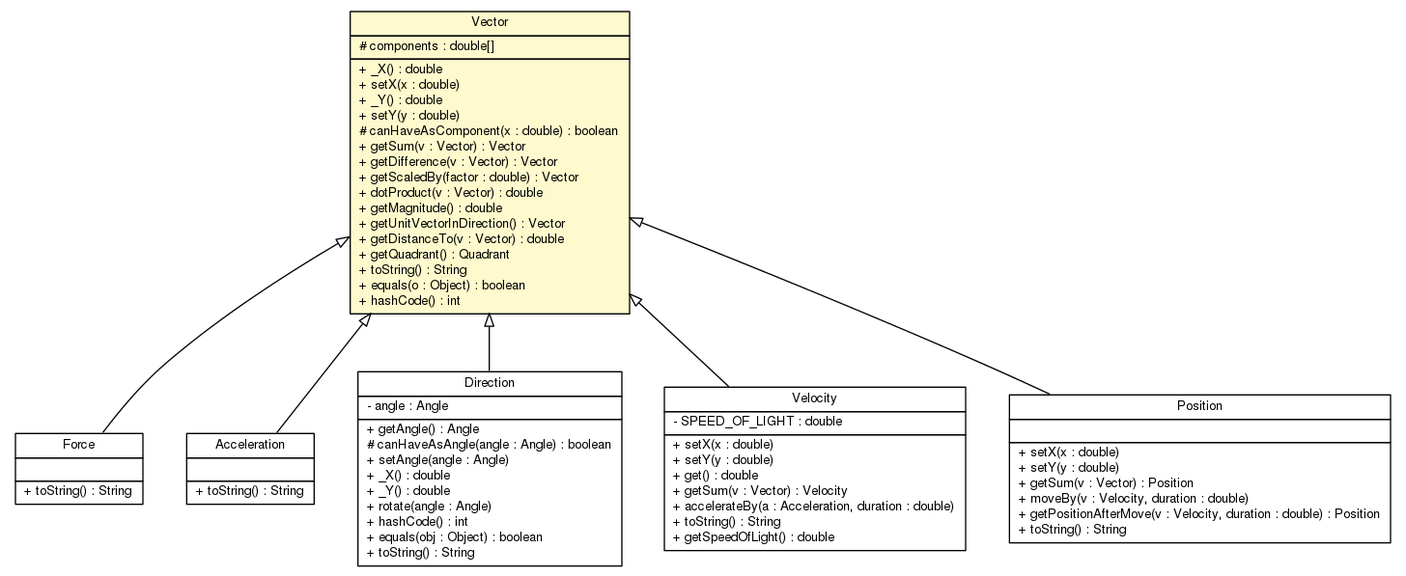
Above: doc/world/physics/vector/Vector.png in sinopeus/asteroids (Graphviz), before the change. Its source is kept beside it as doc/world/physics/vector/Vector.dot. Source of this version:
```dot

digraph G {
	edge [fontname="Helvetica",fontsize=10,labelfontname="Helvetica",labelfontsize=10];
	node [fontname="Helvetica",fontsize=10,shape=plaintext];
	nodesep=0.25;
	ranksep=0.5;
	c17534 [label=<<table title="world.physics.vector.Force" border="0" cellborder="1" cellspacing="0" cellpadding="2" port="p" href="./Force.html">
		<tr><td><table border="0" cellspacing="0" cellpadding="1">
<tr><td align="center" balign="center"> Force </td></tr>
		</table></td></tr>
		<tr><td><table border="0" cellspacing="0" cellpadding="1">
<tr><td align="left" balign="left">  </td></tr>
		</table></td></tr>
		<tr><td><table border="0" cellspacing="0" cellpadding="1">
<tr><td align="left" balign="left"> + toString() : String </td></tr>
		</table></td></tr>
		</table>>, URL="./Force.html", fontname="Helvetica", fontcolor="black", fontsize=10.0];
	c17535 [label=<<table title="world.physics.vector.Acceleration" border="0" cellborder="1" cellspacing="0" cellpadding="2" port="p" href="./Acceleration.html">
		<tr><td><table border="0" cellspacing="0" cellpadding="1">
<tr><td align="center" balign="center"> Acceleration </td></tr>
		</table></td></tr>
		<tr><td><table border="0" cellspacing="0" cellpadding="1">
<tr><td align="left" balign="left">  </td></tr>
		</table></td></tr>
		<tr><td><table border="0" cellspacing="0" cellpadding="1">
<tr><td align="left" balign="left"> + toString() : String </td></tr>
		</table></td></tr>
		</table>>, URL="./Acceleration.html", fontname="Helvetica", fontcolor="black", fontsize=10.0];
	c17536 [label=<<table title="world.physics.vector.Direction" border="0" cellborder="1" cellspacing="0" cellpadding="2" port="p" href="./Direction.html">
		<tr><td><table border="0" cellspacing="0" cellpadding="1">
<tr><td align="center" balign="center"> Direction </td></tr>
		</table></td></tr>
		<tr><td><table border="0" cellspacing="0" cellpadding="1">
<tr><td align="left" balign="left"> - angle : Angle </td></tr>
		</table></td></tr>
		<tr><td><table border="0" cellspacing="0" cellpadding="1">
<tr><td align="left" balign="left"> + getAngle() : Angle </td></tr>
<tr><td align="left" balign="left"> # canHaveAsAngle(angle : Angle) : boolean </td></tr>
<tr><td align="left" balign="left"> + setAngle(angle : Angle) </td></tr>
<tr><td align="left" balign="left"> + _X() : double </td></tr>
<tr><td align="left" balign="left"> + _Y() : double </td></tr>
<tr><td align="left" balign="left"> + rotate(angle : Angle) </td></tr>
<tr><td align="left" balign="left"> + hashCode() : int </td></tr>
<tr><td align="left" balign="left"> + equals(obj : Object) : boolean </td></tr>
<tr><td align="left" balign="left"> + toString() : String </td></tr>
		</table></td></tr>
		</table>>, URL="./Direction.html", fontname="Helvetica", fontcolor="black", fontsize=10.0];
	c17537 [label=<<table title="world.physics.vector.Velocity" border="0" cellborder="1" cellspacing="0" cellpadding="2" port="p" href="./Velocity.html">
		<tr><td><table border="0" cellspacing="0" cellpadding="1">
<tr><td align="center" balign="center"> Velocity </td></tr>
		</table></td></tr>
		<tr><td><table border="0" cellspacing="0" cellpadding="1">
<tr><td align="left" balign="left"> - SPEED_OF_LIGHT : double </td></tr>
		</table></td></tr>
		<tr><td><table border="0" cellspacing="0" cellpadding="1">
<tr><td align="left" balign="left"> + setX(x : double) </td></tr>
<tr><td align="left" balign="left"> + setY(y : double) </td></tr>
<tr><td align="left" balign="left"> + get() : double </td></tr>
<tr><td align="left" balign="left"> + getSum(v : Vector) : Velocity </td></tr>
<tr><td align="left" balign="left"> + accelerateBy(a : Acceleration, duration : double) </td></tr>
<tr><td align="left" balign="left"> + toString() : String </td></tr>
<tr><td align="left" balign="left"> + getSpeedOfLight() : double </td></tr>
		</table></td></tr>
		</table>>, URL="./Velocity.html", fontname="Helvetica", fontcolor="black", fontsize=10.0];
	c17538 [label=<<table title="world.physics.vector.Position" border="0" cellborder="1" cellspacing="0" cellpadding="2" port="p" href="./Position.html">
		<tr><td><table border="0" cellspacing="0" cellpadding="1">
<tr><td align="center" balign="center"> Position </td></tr>
		</table></td></tr>
		<tr><td><table border="0" cellspacing="0" cellpadding="1">
<tr><td align="left" balign="left">  </td></tr>
		</table></td></tr>
		<tr><td><table border="0" cellspacing="0" cellpadding="1">
<tr><td align="left" balign="left"> + setX(x : double) </td></tr>
<tr><td align="left" balign="left"> + setY(y : double) </td></tr>
<tr><td align="left" balign="left"> + getSum(v : Vector) : Position </td></tr>
<tr><td align="left" balign="left"> + moveBy(v : Velocity, duration : double) </td></tr>
<tr><td align="left" balign="left"> + getPositionAfterMove(v : Velocity, duration : double) : Position </td></tr>
<tr><td align="left" balign="left"> + toString() : String </td></tr>
		</table></td></tr>
		</table>>, URL="./Position.html", fontname="Helvetica", fontcolor="black", fontsize=10.0];
	c17540 [label=<<table title="world.physics.vector.Vector" border="0" cellborder="1" cellspacing="0" cellpadding="2" port="p" bgcolor="lemonChiffon" href="./Vector.html">
		<tr><td><table border="0" cellspacing="0" cellpadding="1">
<tr><td align="center" balign="center"> Vector </td></tr>
		</table></td></tr>
		<tr><td><table border="0" cellspacing="0" cellpadding="1">
<tr><td align="left" balign="left"> # components : double[] </td></tr>
		</table></td></tr>
		<tr><td><table border="0" cellspacing="0" cellpadding="1">
<tr><td align="left" balign="left"> + _X() : double </td></tr>
<tr><td align="left" balign="left"> + setX(x : double) </td></tr>
<tr><td align="left" balign="left"> + _Y() : double </td></tr>
<tr><td align="left" balign="left"> + setY(y : double) </td></tr>
<tr><td align="left" balign="left"> # canHaveAsComponent(x : double) : boolean </td></tr>
<tr><td align="left" balign="left"> + getSum(v : Vector) : Vector </td></tr>
<tr><td align="left" balign="left"> + getDifference(v : Vector) : Vector </td></tr>
<tr><td align="left" balign="left"> + getScaledBy(factor : double) : Vector </td></tr>
<tr><td align="left" balign="left"> + dotProduct(v : Vector) : double </td></tr>
<tr><td align="left" balign="left"> + getMagnitude() : double </td></tr>
<tr><td align="left" balign="left"> + getUnitVectorInDirection() : Vector </td></tr>
<tr><td align="left" balign="left"> + getDistanceTo(v : Vector) : double </td></tr>
<tr><td align="left" balign="left"> + getQuadrant() : Quadrant </td></tr>
<tr><td align="left" balign="left"> + toString() : String </td></tr>
<tr><td align="left" balign="left"> + equals(o : Object) : boolean </td></tr>
<tr><td align="left" balign="left"> + hashCode() : int </td></tr>
		</table></td></tr>
		</table>>, URL="./Vector.html", fontname="Helvetica", fontcolor="black", fontsize=10.0];
	c17540:p -> c17534:p [dir=back,arrowtail=empty];
	c17540:p -> c17535:p [dir=back,arrowtail=empty];
	c17540:p -> c17536:p [dir=back,arrowtail=empty];
	c17540:p -> c17537:p [dir=back,arrowtail=empty];
	c17540:p -> c17538:p [dir=back,arrowtail=empty];
}
```
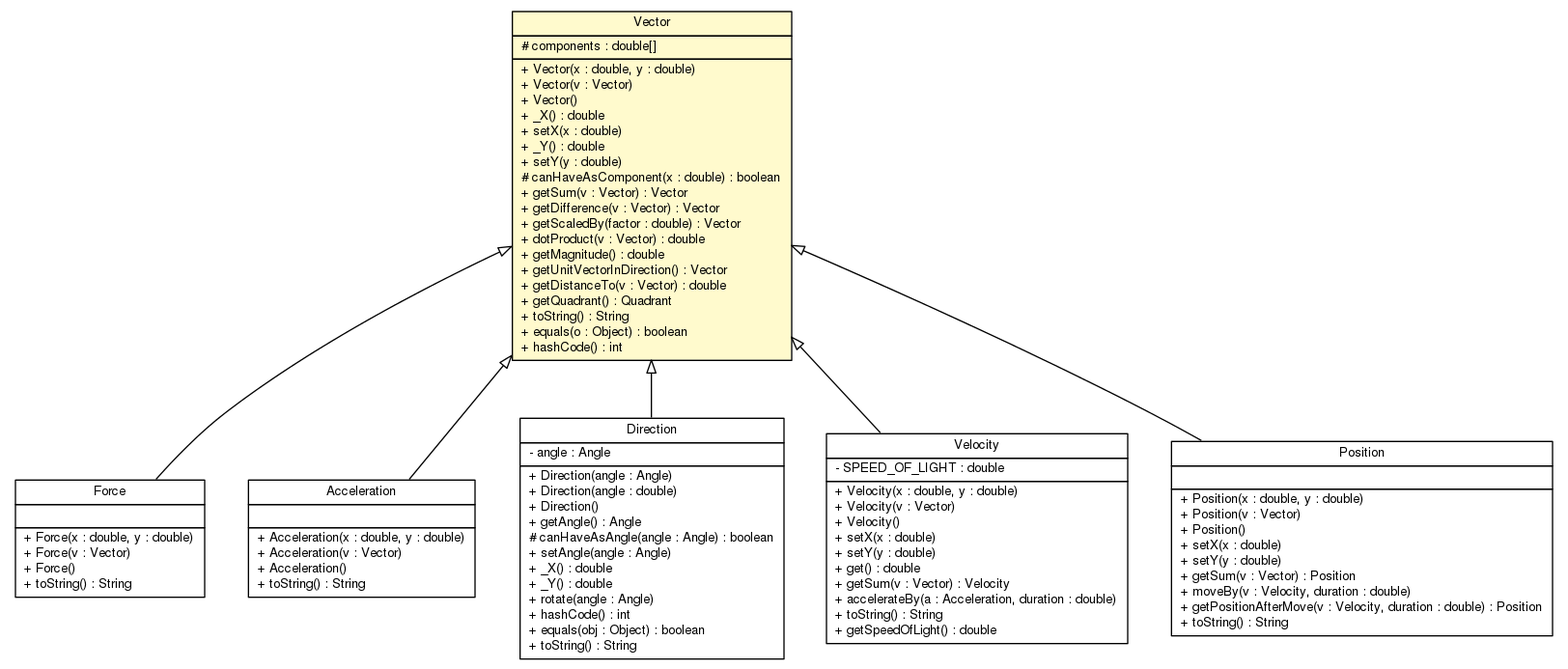
After the change.

Diff of the diagram source:
```diff
@@ -4,7 +4,7 @@
 	node [fontname="Helvetica",fontsize=10,shape=plaintext];
 	nodesep=0.25;
 	ranksep=0.5;
-	c17534 [label=<<table title="world.physics.vector.Force" border="0" cellborder="1" cellspacing="0" cellpadding="2" port="p" href="./Force.html">
+	c17589 [label=<<table title="world.physics.vector.Force" border="0" cellborder="1" cellspacing="0" cellpadding="2" port="p" href="./Force.html">
 		<tr><td><table border="0" cellspacing="0" cellpadding="1">
 <tr><td align="center" balign="center"> Force </td></tr>
 		</table></td></tr>
@@ -12,10 +12,13 @@
 <tr><td align="left" balign="left">  </td></tr>
 		</table></td></tr>
 		<tr><td><table border="0" cellspacing="0" cellpadding="1">
+<tr><td align="left" balign="left"> + Force(x : double, y : double) </td></tr>
+<tr><td align="left" balign="left"> + Force(v : Vector) </td></tr>
+<tr><td align="left" balign="left"> + Force() </td></tr>
 <tr><td align="left" balign="left"> + toString() : String </td></tr>
 		</table></td></tr>
 		</table>>, URL="./Force.html", fontname="Helvetica", fontcolor="black", fontsize=10.0];
-	c17535 [label=<<table title="world.physics.vector.Acceleration" border="0" cellborder="1" cellspacing="0" cellpadding="2" port="p" href="./Acceleration.html">
+	c17590 [label=<<table title="world.physics.vector.Acceleration" border="0" cellborder="1" cellspacing="0" cellpadding="2" port="p" href="./Acceleration.html">
 		<tr><td><table border="0" cellspacing="0" cellpadding="1">
 <tr><td align="center" balign="center"> Acceleration </td></tr>
 		</table></td></tr>
@@ -23,10 +26,13 @@
 <tr><td align="left" balign="left">  </td></tr>
 		</table></td></tr>
 		<tr><td><table border="0" cellspacing="0" cellpadding="1">
+<tr><td align="left" balign="left"> + Acceleration(x : double, y : double) </td></tr>
+<tr><td align="left" balign="left"> + Acceleration(v : Vector) </td></tr>
+<tr><td align="left" balign="left"> + Acceleration() </td></tr>
 <tr><td align="left" balign="left"> + toString() : String </td></tr>
 		</table></td></tr>
 		</table>>, URL="./Acceleration.html", fontname="Helvetica", fontcolor="black", fontsize=10.0];
-	c17536 [label=<<table title="world.physics.vector.Direction" border="0" cellborder="1" cellspacing="0" cellpadding="2" port="p" href="./Direction.html">
+	c17591 [label=<<table title="world.physics.vector.Direction" border="0" cellborder="1" cellspacing="0" cellpadding="2" port="p" href="./Direction.html">
 		<tr><td><table border="0" cellspacing="0" cellpadding="1">
 <tr><td align="center" balign="center"> Direction </td></tr>
 		</table></td></tr>
@@ -34,6 +40,9 @@
 <tr><td align="left" balign="left"> - angle : Angle </td></tr>
 		</table></td></tr>
 		<tr><td><table border="0" cellspacing="0" cellpadding="1">
+<tr><td align="left" balign="left"> + Direction(angle : Angle) </td></tr>
+<tr><td align="left" balign="left"> + Direction(angle : double) </td></tr>
+<tr><td align="left" balign="left"> + Direction() </td></tr>
 <tr><td align="left" balign="left"> + getAngle() : Angle </td></tr>
 <tr><td align="left" balign="left"> # canHaveAsAngle(angle : Angle) : boolean </td></tr>
 <tr><td align="left" balign="left"> + setAngle(angle : Angle) </td></tr>
@@ -45,7 +54,7 @@
 <tr><td align="left" balign="left"> + toString() : String </td></tr>
 		</table></td></tr>
 		</table>>, URL="./Direction.html", fontname="Helvetica", fontcolor="black", fontsize=10.0];
-	c17537 [label=<<table title="world.physics.vector.Velocity" border="0" cellborder="1" cellspacing="0" cellpadding="2" port="p" href="./Velocity.html">
+	c17592 [label=<<table title="world.physics.vector.Velocity" border="0" cellborder="1" cellspacing="0" cellpadding="2" port="p" href="./Velocity.html">
 		<tr><td><table border="0" cellspacing="0" cellpadding="1">
 <tr><td align="center" balign="center"> Velocity </td></tr>
 		</table></td></tr>
@@ -53,6 +62,9 @@
 <tr><td align="left" balign="left"> - SPEED_OF_LIGHT : double </td></tr>
 		</table></td></tr>
 		<tr><td><table border="0" cellspacing="0" cellpadding="1">
+<tr><td align="left" balign="left"> + Velocity(x : double, y : double) </td></tr>
+<tr><td align="left" balign="left"> + Velocity(v : Vector) </td></tr>
+<tr><td align="left" balign="left"> + Velocity() </td></tr>
 <tr><td align="left" balign="left"> + setX(x : double) </td></tr>
 <tr><td align="left" balign="left"> + setY(y : double) </td></tr>
 <tr><td align="left" balign="left"> + get() : double </td></tr>
@@ -62,7 +74,7 @@
 <tr><td align="left" balign="left"> + getSpeedOfLight() : double </td></tr>
 		</table></td></tr>
 		</table>>, URL="./Velocity.html", fontname="Helvetica", fontcolor="black", fontsize=10.0];
-	c17538 [label=<<table title="world.physics.vector.Position" border="0" cellborder="1" cellspacing="0" cellpadding="2" port="p" href="./Position.html">
+	c17593 [label=<<table title="world.physics.vector.Position" border="0" cellborder="1" cellspacing="0" cellpadding="2" port="p" href="./Position.html">
 		<tr><td><table border="0" cellspacing="0" cellpadding="1">
 <tr><td align="center" balign="center"> Position </td></tr>
 		</table></td></tr>
@@ -70,6 +82,9 @@
 <tr><td align="left" balign="left">  </td></tr>
 		</table></td></tr>
 		<tr><td><table border="0" cellspacing="0" cellpadding="1">
+<tr><td align="left" balign="left"> + Position(x : double, y : double) </td></tr>
+<tr><td align="left" balign="left"> + Position(v : Vector) </td></tr>
+<tr><td align="left" balign="left"> + Position() </td></tr>
 <tr><td align="left" balign="left"> + setX(x : double) </td></tr>
 <tr><td align="left" balign="left"> + setY(y : double) </td></tr>
 <tr><td align="left" balign="left"> + getSum(v : Vector) : Position </td></tr>
@@ -78,7 +93,7 @@
 <tr><td align="left" balign="left"> + toString() : String </td></tr>
 		</table></td></tr>
 		</table>>, URL="./Position.html", fontname="Helvetica", fontcolor="black", fontsize=10.0];
-	c17540 [label=<<table title="world.physics.vector.Vector" border="0" cellborder="1" cellspacing="0" cellpadding="2" port="p" bgcolor="lemonChiffon" href="./Vector.html">
+	c17595 [label=<<table title="world.physics.vector.Vector" border="0" cellborder="1" cellspacing="0" cellpadding="2" port="p" bgcolor="lemonChiffon" href="./Vector.html">
 		<tr><td><table border="0" cellspacing="0" cellpadding="1">
 <tr><td align="center" balign="center"> Vector </td></tr>
 		</table></td></tr>
@@ -86,6 +101,9 @@
 <tr><td align="left" balign="left"> # components : double[] </td></tr>
 		</table></td></tr>
 		<tr><td><table border="0" cellspacing="0" cellpadding="1">
+<tr><td align="left" balign="left"> + Vector(x : double, y : double) </td></tr>
+<tr><td align="left" balign="left"> + Vector(v : Vector) </td></tr>
+<tr><td align="left" balign="left"> + Vector() </td></tr>
 <tr><td align="left" balign="left"> + _X() : double </td></tr>
 <tr><td align="left" balign="left"> + setX(x : double) </td></tr>
 <tr><td align="left" balign="left"> + _Y() : double </td></tr>
@@ -104,9 +122,9 @@
 <tr><td align="left" balign="left"> + hashCode() : int </td></tr>
 		</table></td></tr>
 		</table>>, URL="./Vector.html", fontname="Helvetica", fontcolor="black", fontsize=10.0];
-	c17540:p -> c17534:p [dir=back,arrowtail=empty];
-	c17540:p -> c17535:p [dir=back,arrowtail=empty];
-	c17540:p -> c17536:p [dir=back,arrowtail=empty];
-	c17540:p -> c17537:p [dir=back,arrowtail=empty];
-	c17540:p -> c17538:p [dir=back,arrowtail=empty];
+	c17595:p -> c17589:p [dir=back,arrowtail=empty];
+	c17595:p -> c17590:p [dir=back,arrowtail=empty];
+	c17595:p -> c17591:p [dir=back,arrowtail=empty];
+	c17595:p -> c17592:p [dir=back,arrowtail=empty];
+	c17595:p -> c17593:p [dir=back,arrowtail=empty];
 }
```
